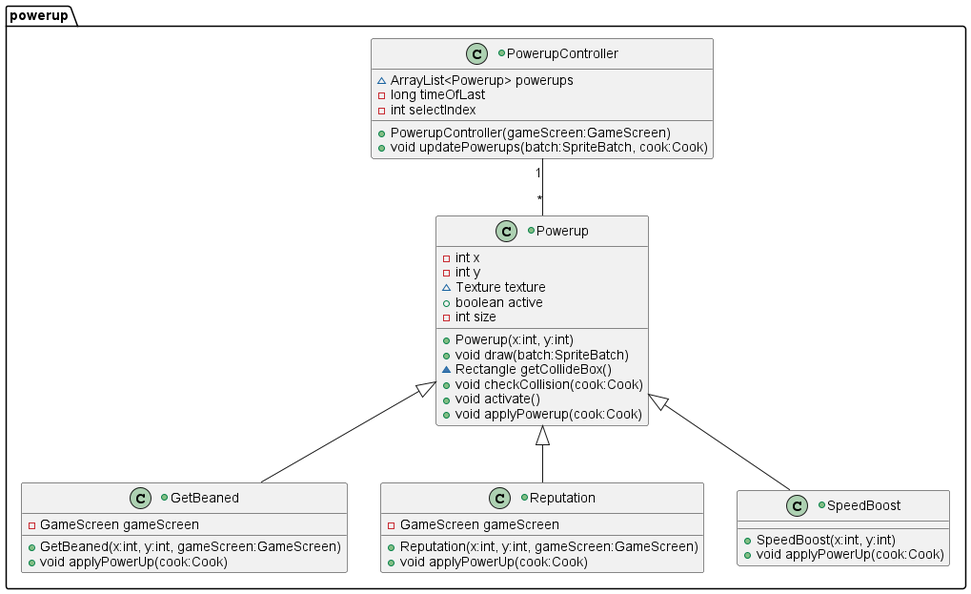
The PlantUML diagram UMLDiagrams/powerup_package.png in decassociation/project_eng1_team3, before a commit.
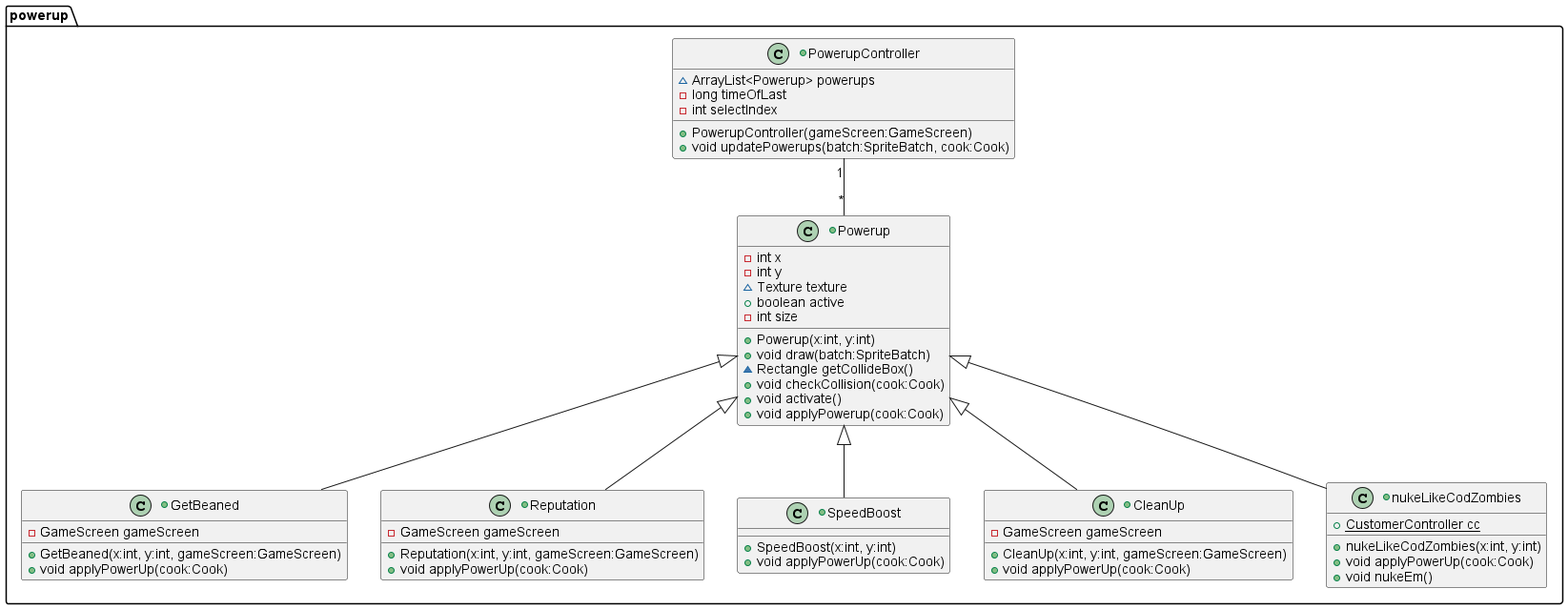
The same diagram one commit later.

Commit message:
Updated pngs for some class diagram

Diff of the diagram source:
```diff
@@ -43,6 +43,18 @@
 +void applyPowerUp(cook:Cook)
 }
 
++class CleanUp extends Powerup{
+-GameScreen gameScreen
++CleanUp(x:int, y:int, gameScreen:GameScreen)
++void applyPowerUp(cook:Cook)
 }
 
++class nukeLikeCodZombies extends Powerup{
++{static} CustomerController cc
++nukeLikeCodZombies(x:int, y:int)
++void applyPowerUp(cook:Cook)
++void nukeEm()
+}
+
+}
 @enduml
```
